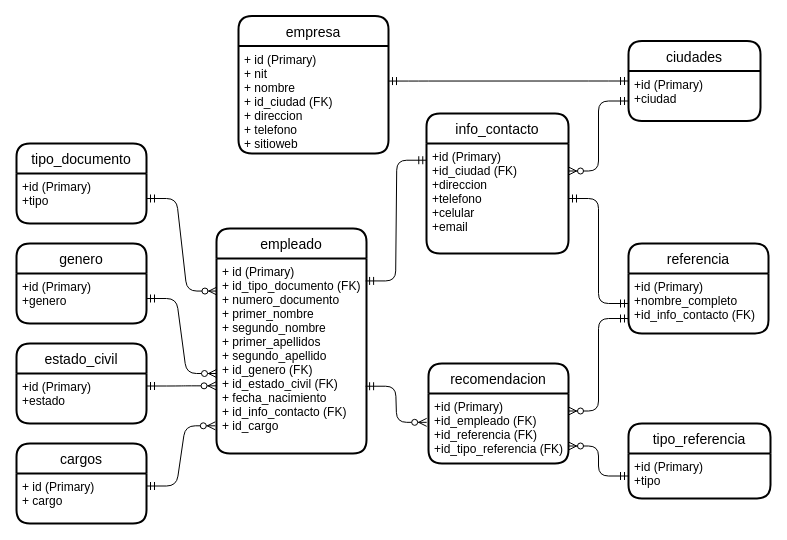
This is DiseñoRelacional.drawio from shaten10/hdv, a draw.io file, before an edit. Source tidied: cells renumbered, new cells numbered last; positions are measured from the earlier drawing's top-left corner, leaving out a move shared by most shapes. Both pictures are drawn from the tidied source at 100%, with x=0, y=0 at pixel (16, 15).
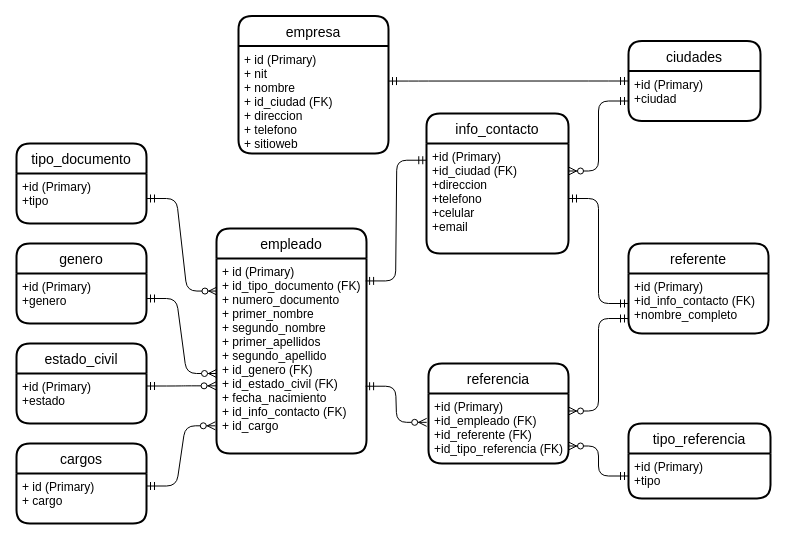
Above is the later version.

Diff of the diagram source:
```diff
@@
-    <mxCell id="6" value="referencia" style="swimlane;horizontal=1;startSize=30;rounded=1;fontSize=14;fontStyle=0;strokeWidth=2;shadow=0;dashed=0;align=center;" parent="1" vertex="1">
+    <mxCell id="6" value="referente" style="swimlane;horizontal=1;startSize=30;rounded=1;fontSize=14;fontStyle=0;strokeWidth=2;shadow=0;dashed=0;align=center;" parent="1" vertex="1">
       <mxGeometry x="612" y="228" width="140" height="90" as="geometry" />
     </mxCell>
-    <mxCell id="7" value="+id (Primary)&#10;+nombre_completo&#10;+id_info_contacto (FK)" style="align=left;strokeColor=none;fillColor=none;spacingLeft=4;fontSize=12;verticalAlign=top;" parent="6" vertex="1">
+    <mxCell id="7" value="+id (Primary)&#10;+id_info_contacto (FK)&#10;+nombre_completo" style="align=left;strokeColor=none;fillColor=none;spacingLeft=4;fontSize=12;verticalAlign=top;" parent="6" vertex="1">
       <mxGeometry y="30" width="140" height="60" as="geometry" />
     </mxCell>
+    <mxCell id="35" style="edgeStyle=orthogonalEdgeStyle;rounded=0;jettySize=auto;html=1;exitX=0.5;exitY=1;exitDx=0;exitDy=0;entryX=0.5;entryY=1;entryDx=0;entryDy=0;" parent="6" edge="1" source="6" target="7">
+      <mxGeometry relative="1" as="geometry" />
+    </mxCell>
-    <mxCell id="8" value="recomendacion" style="swimlane;horizontal=1;startSize=30;rounded=1;fontSize=14;fontStyle=0;strokeWidth=2;shadow=0;dashed=0;align=center;" parent="1" vertex="1">
+    <mxCell id="8" value="referencia" style="swimlane;horizontal=1;startSize=30;rounded=1;fontSize=14;fontStyle=0;strokeWidth=2;shadow=0;dashed=0;align=center;" parent="1" vertex="1">
       <mxGeometry x="412" y="348" width="140" height="100" as="geometry" />
     </mxCell>
-    <mxCell id="9" value="+id (Primary)&#10;+id_empleado (FK)&#10;+id_referencia (FK)&#10;+id_tipo_referencia (FK)" style="align=left;strokeColor=none;fillColor=none;spacingLeft=4;fontSize=12;verticalAlign=top;" parent="8" vertex="1">
+    <mxCell id="9" value="+id (Primary)&#10;+id_empleado (FK)&#10;+id_referente (FK)&#10;+id_tipo_referencia (FK)" style="align=left;strokeColor=none;fillColor=none;spacingLeft=4;fontSize=12;verticalAlign=top;" parent="8" vertex="1">
       <mxGeometry y="30" width="140" height="70" as="geometry" />
     </mxCell>
```
